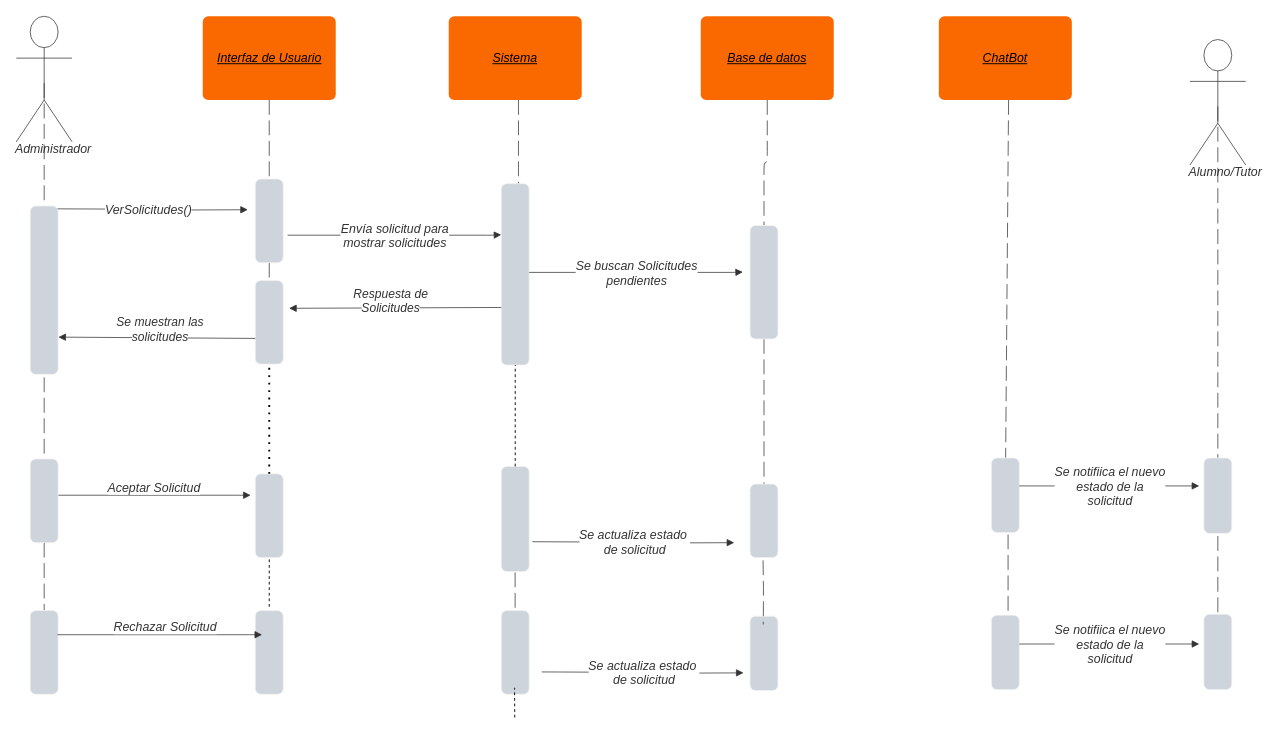
Before: procesarSolicitudes.drawio in LP3kmikristian/TP_ARCE_DOREGO, a draw.io diagram. Source tidied: cells renumbered, new cells numbered last; positions are measured from the earlier drawing's top-left corner, leaving out a move shared by most shapes. Both pictures are drawn from the tidied source at 93%, with x=0, y=0 at pixel (16, 16).
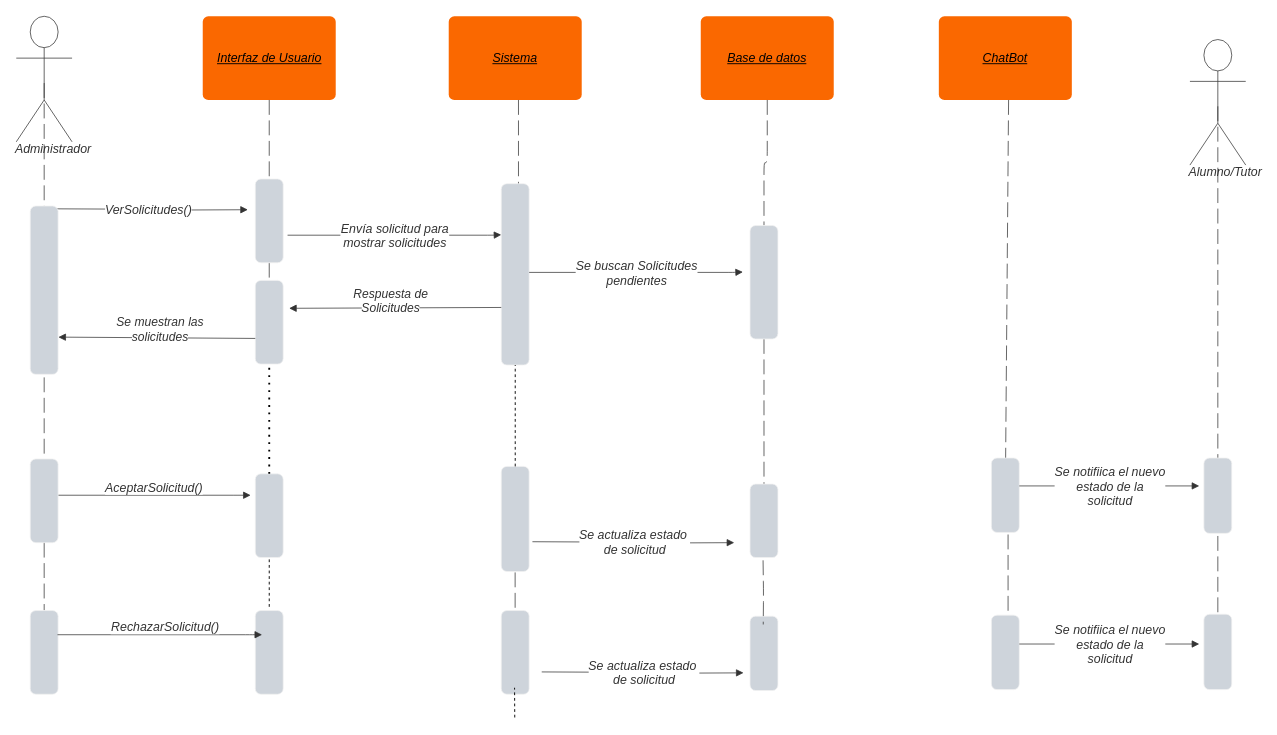
The same page after the edit.

The change refers to these unchanged cells:
```xml
<mxCell id="36" style="html=1;jettySize=18;whiteSpace=wrap;fontSize=13;strokeColor=#333333;strokeOpacity=100;strokeWidth=0.8;rounded=1;arcSize=10;edgeStyle=orthogonalEdgeStyle;startArrow=none;endArrow=block;endFill=1;lucidId=Yu5M8hheeUyh;" parent="1" edge="1">
  <mxGeometry relative="1" as="geometry">
    <mxPoint x="32" y="515" as="sourcePoint" />
    <mxPoint x="252" y="515" as="targetPoint" />
    <Array as="points">
      <mxPoint x="239" y="515" />
    </Array>
  </mxGeometry>
</mxCell>
<mxCell id="46" style="html=1;jettySize=18;whiteSpace=wrap;fontSize=13;strokeColor=#333333;strokeOpacity=100;strokeWidth=0.8;rounded=1;arcSize=10;edgeStyle=orthogonalEdgeStyle;startArrow=none;endArrow=block;endFill=1;lucidId=Yu5M8hheeUyh;" parent="1" edge="1">
  <mxGeometry relative="1" as="geometry">
    <mxPoint x="44.3" y="665" as="sourcePoint" />
    <mxPoint x="264.3" y="665" as="targetPoint" />
    <Array as="points">
      <mxPoint x="251.3" y="665" />
    </Array>
  </mxGeometry>
</mxCell>
```

Change to the diagram source:
```diff
@@
-    <mxCell id="37" value="Aceptar Solicitud" style="text;html=1;labelBackgroundColor=default;align=center;verticalAlign=middle;fontStyle=2;fontColor=#333333;fontSize=13.3;" parent="36" vertex="1">
+    <mxCell id="37" value="AceptarSolicitud()" style="text;html=1;labelBackgroundColor=default;align=center;verticalAlign=middle;fontStyle=2;fontColor=#333333;fontSize=13.3;" parent="36" vertex="1">
       <mxGeometry relative="1" as="geometry">
         <mxPoint x="5" y="-9" as="offset" />
       </mxGeometry>
     </mxCell>
@@
-    <mxCell id="47" value="Rechazar Solicitud" style="text;html=1;labelBackgroundColor=default;align=center;verticalAlign=middle;fontStyle=2;fontColor=#333333;fontSize=13.3;" parent="46" vertex="1">
+    <mxCell id="47" value="RechazarSolicitud()" style="text;html=1;labelBackgroundColor=default;align=center;verticalAlign=middle;fontStyle=2;fontColor=#333333;fontSize=13.3;" parent="46" vertex="1">
       <mxGeometry relative="1" as="geometry">
         <mxPoint x="5" y="-9" as="offset" />
       </mxGeometry>
     </mxCell>
```
